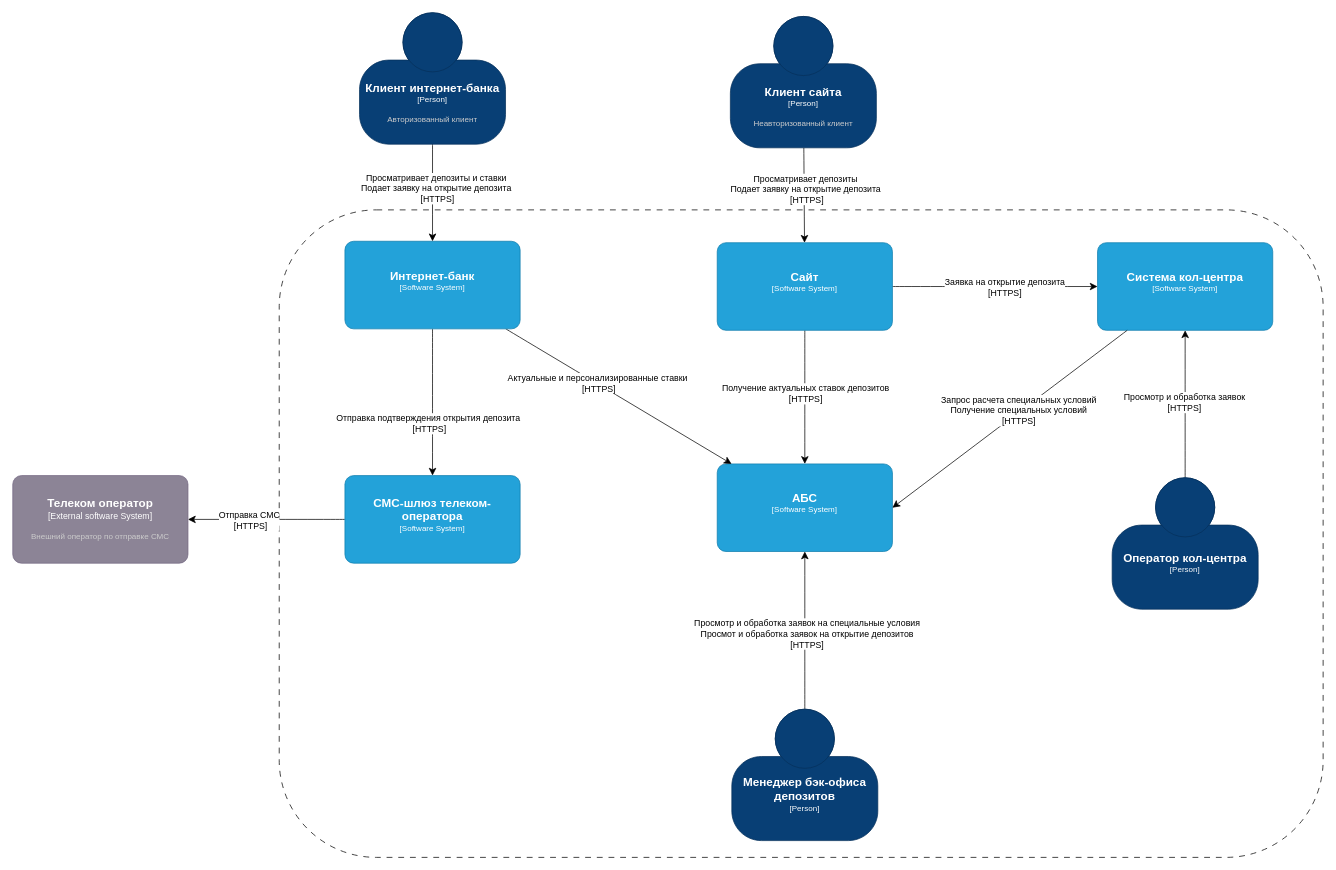
This is Task3/Диаграмма контекста.drawio from zemer/architecture-standart, a draw.io file, before an edit. Source tidied: cells renumbered, new cells numbered last; positions are measured from the earlier drawing's top-left corner, leaving out a move shared by most shapes. Both pictures are drawn from the tidied source at 73%, with x=0, y=0 at pixel (12, 12).
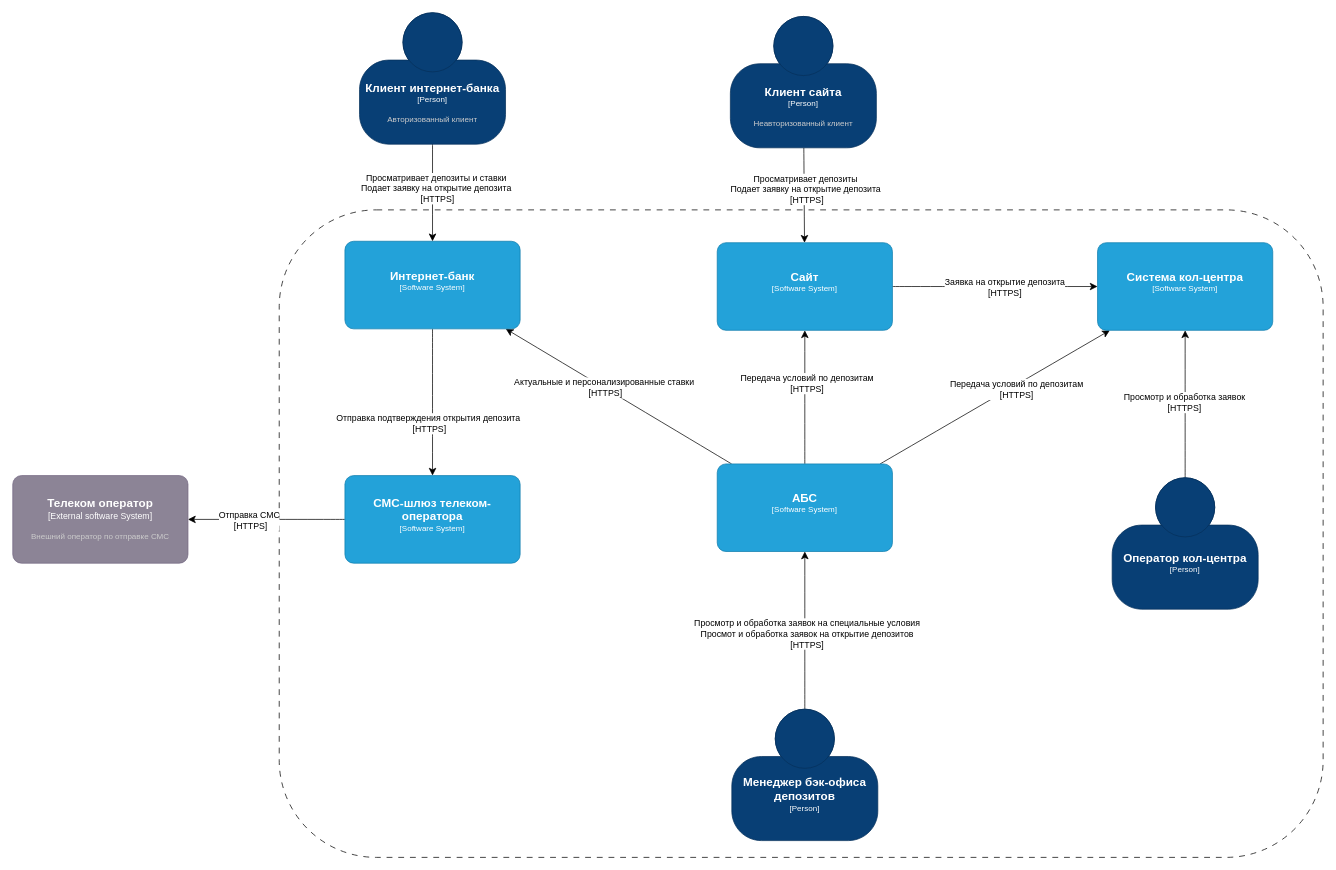
After the change.

Unchanged cells that the change refers to:
```xml
<object id="6" label="&lt;font style=&quot;font-size: 16px&quot;&gt;&lt;b&gt;%c4Name%&lt;/b&gt;&lt;/font&gt;&lt;div&gt;[%c4Type%]&lt;/div&gt;&lt;br&gt;&lt;div&gt;&lt;font style=&quot;font-size: 11px&quot;&gt;&lt;font color=&quot;#cccccc&quot;&gt;%c4Description%&lt;/font&gt;&lt;/div&gt;" c4Description="" c4Name="АБС" c4Type="Software System" placeholders="1">
  <mxCell style="rounded=1;whiteSpace=wrap;html=1;labelBackgroundColor=none;fillColor=#23A2D9;fontColor=#ffffff;align=center;arcSize=10;strokeColor=#0E7DAD;points=[[0.25,0,0],[0.5,0,0],[0.75,0,0],[1,0.25,0],[1,0.5,0],[1,0.75,0],[0.75,1,0],[0.5,1,0],[0.25,1,0],[0,0.75,0],[0,0.5,0],[0,0.25,0]];verticalAlign=middle;fontFamily=Helvetica;fontSize=11;" parent="1" vertex="1">
    <mxGeometry x="965" y="618" width="240" height="120" as="geometry" />
  </mxCell>
</object>
<object id="7" label="&lt;font style=&quot;font-size: 16px&quot;&gt;&lt;b&gt;%c4Name%&lt;/b&gt;&lt;/font&gt;&lt;div&gt;[%c4Type%]&lt;/div&gt;&lt;br&gt;&lt;div&gt;&lt;font style=&quot;font-size: 11px&quot;&gt;&lt;font color=&quot;#cccccc&quot;&gt;%c4Description%&lt;/font&gt;&lt;/div&gt;" c4Description="" c4Name="Система кол-центра" c4Type="Software System" placeholders="1">
  <mxCell style="rounded=1;whiteSpace=wrap;html=1;labelBackgroundColor=none;fillColor=#23A2D9;fontColor=#ffffff;align=center;arcSize=10;strokeColor=#0E7DAD;points=[[0.25,0,0],[0.5,0,0],[0.75,0,0],[1,0.25,0],[1,0.5,0],[1,0.75,0],[0.75,1,0],[0.5,1,0],[0.25,1,0],[0,0.75,0],[0,0.5,0],[0,0.25,0]];verticalAlign=middle;fontFamily=Helvetica;fontSize=11;" parent="1" vertex="1">
    <mxGeometry x="1486" y="315" width="240" height="120" as="geometry" />
  </mxCell>
</object>
<object id="15" label="&lt;font style=&quot;font-size: 16px&quot;&gt;&lt;b&gt;%c4Name%&lt;/b&gt;&lt;/font&gt;&lt;div&gt;[%c4Type%]&lt;/div&gt;&lt;br&gt;&lt;div&gt;&lt;font style=&quot;font-size: 11px&quot;&gt;&lt;font color=&quot;#cccccc&quot;&gt;%c4Description%&lt;/font&gt;&lt;/div&gt;" c4Description="" c4Name="Сайт" c4Type="Software System" placeholders="1">
  <mxCell style="rounded=1;whiteSpace=wrap;html=1;labelBackgroundColor=none;fillColor=#23A2D9;fontColor=#ffffff;align=center;arcSize=10;strokeColor=#0E7DAD;points=[[0.25,0,0],[0.5,0,0],[0.75,0,0],[1,0.25,0],[1,0.5,0],[1,0.75,0],[0.75,1,0],[0.5,1,0],[0.25,1,0],[0,0.75,0],[0,0.5,0],[0,0.25,0]];verticalAlign=middle;fontFamily=Helvetica;fontSize=11;" parent="1" vertex="1">
    <mxGeometry x="965" y="315" width="240" height="120" as="geometry" />
  </mxCell>
</object>
<object id="25" label="&lt;font style=&quot;font-size: 16px&quot;&gt;&lt;b&gt;%c4Name%&lt;/b&gt;&lt;/font&gt;&lt;div&gt;[%c4Type%]&lt;/div&gt;&lt;br&gt;&lt;div&gt;&lt;font style=&quot;font-size: 11px&quot;&gt;&lt;font color=&quot;#cccccc&quot;&gt;%c4Description%&lt;/font&gt;&lt;/div&gt;" c4Description="" c4Name="Интернет-банк" c4Type="Software System" placeholders="1">
  <mxCell style="rounded=1;whiteSpace=wrap;html=1;labelBackgroundColor=none;fillColor=#23A2D9;fontColor=#ffffff;align=center;arcSize=10;strokeColor=#0E7DAD;points=[[0.25,0,0],[0.5,0,0],[0.75,0,0],[1,0.25,0],[1,0.5,0],[1,0.75,0],[0.75,1,0],[0.5,1,0],[0.25,1,0],[0,0.75,0],[0,0.5,0],[0,0.25,0]];verticalAlign=middle;fontFamily=Helvetica;fontSize=11;" parent="1" vertex="1">
    <mxGeometry x="455" y="313" width="240" height="120" as="geometry" />
  </mxCell>
</object>
```

Change to the diagram source:
```diff
@@
+    <mxCell id="33" style="edgeStyle=none;curved=1;rounded=0;jettySize=auto;html=1;fontSize=12;startSize=8;endSize=8;" parent="1" edge="1" source="6" target="25">
+      <mxGeometry relative="1" as="geometry" />
+    </mxCell>
+    <mxCell id="24" value="Актуальные и персонализированные ставки&lt;br&gt;&lt;div&gt;&amp;nbsp;[HTTPS]&lt;/div&gt;" style="edgeLabel;html=1;align=center;verticalAlign=middle;fontSize=12;" parent="33" vertex="1">
+      <mxGeometry x="0.13" relative="1" as="geometry" />
+    </mxCell>
+    <mxCell id="34" style="edgeStyle=none;curved=1;rounded=0;jettySize=auto;html=1;fontSize=12;startSize=8;endSize=8;" parent="1" edge="1" source="6" target="7">
+      <mxGeometry relative="1" as="geometry" />
+    </mxCell>
+    <mxCell id="35" value="Передача условий по депозитам&lt;br&gt;[HTTPS]" style="edgeLabel;html=1;align=center;verticalAlign=middle;fontSize=12;" parent="34" vertex="1">
+      <mxGeometry x="0.17" y="-5" relative="1" as="geometry" />
+    </mxCell>
+    <mxCell id="36" style="edgeStyle=none;curved=1;rounded=0;jettySize=auto;html=1;fontSize=12;startSize=8;endSize=8;" parent="1" edge="1" source="6" target="15">
+      <mxGeometry relative="1" as="geometry" />
+    </mxCell>
+    <mxCell id="37" value="Передача условий по депозитам&lt;br&gt;[HTTPS]" style="edgeLabel;html=1;align=center;verticalAlign=middle;fontSize=12;" parent="36" vertex="1">
+      <mxGeometry x="0.21" y="-2" relative="1" as="geometry" />
+    </mxCell>
@@
-    <mxCell id="11" style="edgeStyle=none;curved=1;rounded=0;jettySize=auto;html=1;fontSize=12;startSize=8;endSize=8;" parent="1" edge="1" source="15" target="6">
-      <mxGeometry relative="1" as="geometry" />
-    </mxCell>
-    <mxCell id="12" value="Получение актуальных ставок депозитов&lt;div&gt;[HTTPS]&lt;/div&gt;" style="edgeLabel;html=1;align=center;verticalAlign=middle;fontSize=12;" parent="11" vertex="1">
-      <mxGeometry x="-0.06" relative="1" as="geometry" />
-    </mxCell>
@@
-    <mxCell id="16" style="edgeStyle=none;curved=1;rounded=0;jettySize=auto;html=1;fontSize=12;startSize=8;endSize=8;entryX=1;entryY=0.5;entryDx=0;entryDy=0;entryPerimeter=0;" parent="1" edge="1" source="7" target="6">
-      <mxGeometry relative="1" as="geometry" />
-    </mxCell>
-    <mxCell id="17" value="Запрос расчета специальных условий&lt;br&gt;Получение специальных условий&lt;br&gt;[HTTPS]" style="edgeLabel;html=1;align=center;verticalAlign=middle;fontSize=12;" parent="16" vertex="1">
-      <mxGeometry x="-0.08" y="-2" relative="1" as="geometry" />
-    </mxCell>
@@
-    <mxCell id="23" style="edgeStyle=none;curved=1;rounded=0;jettySize=auto;html=1;fontSize=12;startSize=8;endSize=8;" parent="1" edge="1" source="25" target="6">
-      <mxGeometry relative="1" as="geometry" />
-    </mxCell>
-    <mxCell id="24" value="Актуальные и персонализированные ставки&lt;br&gt;&lt;div&gt;&amp;nbsp;[HTTPS]&lt;/div&gt;" style="edgeLabel;html=1;align=center;verticalAlign=middle;fontSize=12;" parent="23" vertex="1">
-      <mxGeometry x="-0.19" relative="1" as="geometry" />
-    </mxCell>
```
